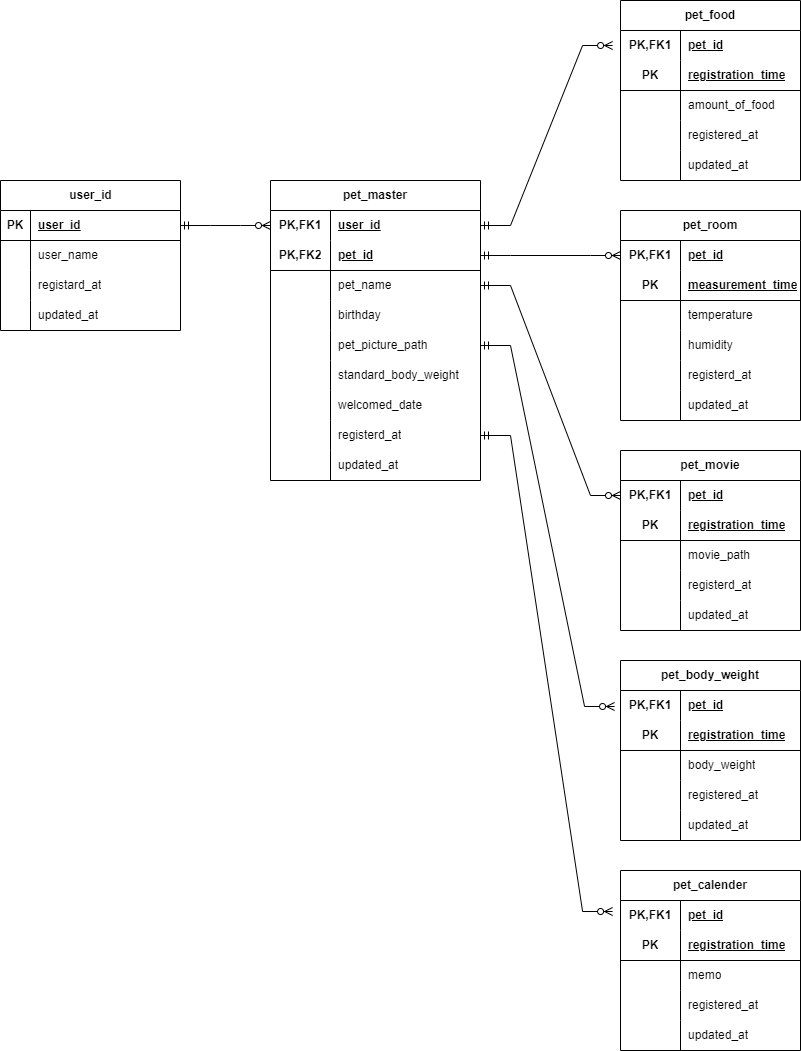
Above: .pic/ER.drawio.png in knysi3/momochi-z (draw.io), before the change. Source tidied: cells renumbered, new cells last; positions are measured from the earlier drawing's top-left corner, leaving out a move shared by most shapes.
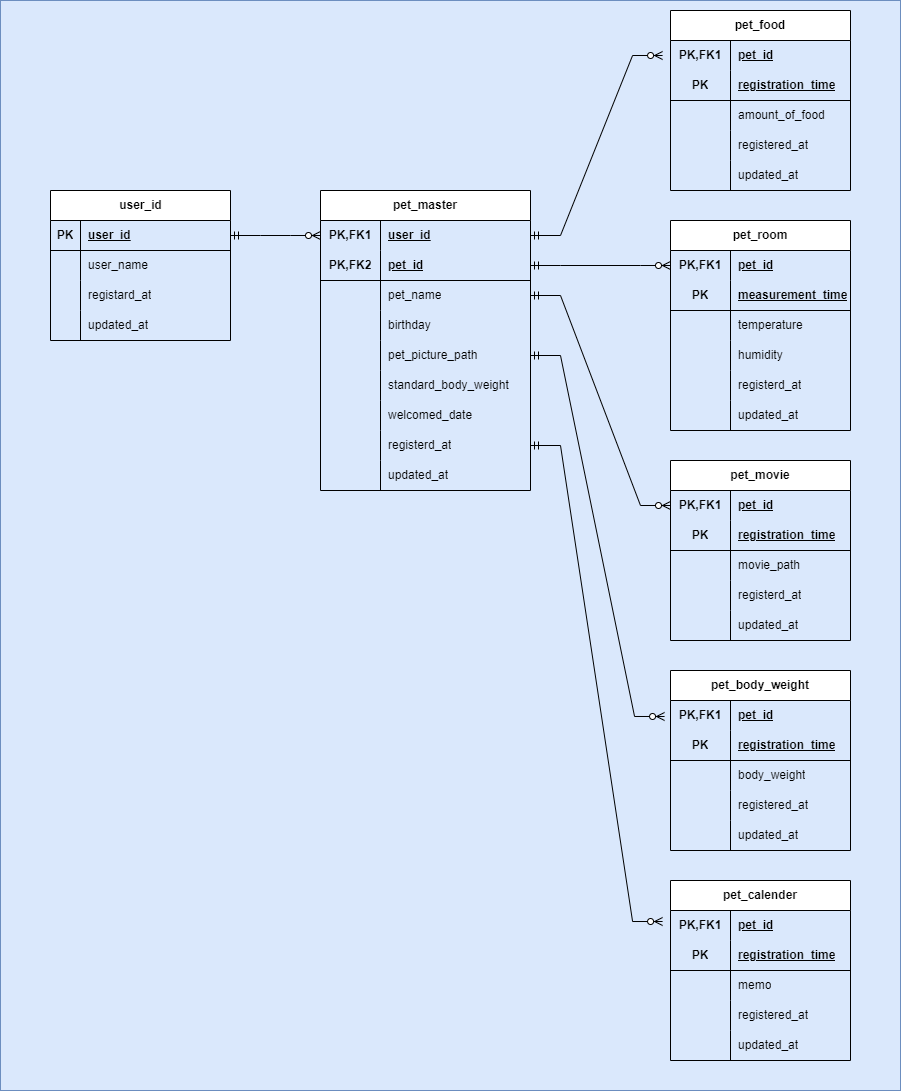
After the commit.

Commit message:
ER.drawio.png を更新します

Diff of the diagram source:
```diff
@@ -2,6 +2,9 @@
   <root>
     <mxCell id="0" />
     <mxCell id="1" parent="0" />
+    <mxCell id="132" style="rounded=0;whiteSpace=wrap;html=1;fillColor=#dae8fc;strokeColor=#6c8ebf;" parent="1" vertex="1">
+      <mxGeometry x="-50" y="-10" width="900" height="1090" as="geometry" />
+    </mxCell>
     <mxCell id="2" value="pet_master" style="shape=table;startSize=30;rowLines=0;fontStyle=1;align=center;html=1;whiteSpace=wrap;" parent="1" vertex="1">
       <mxGeometry x="270" y="180" width="210" height="300" as="geometry" />
     </mxCell>
```
